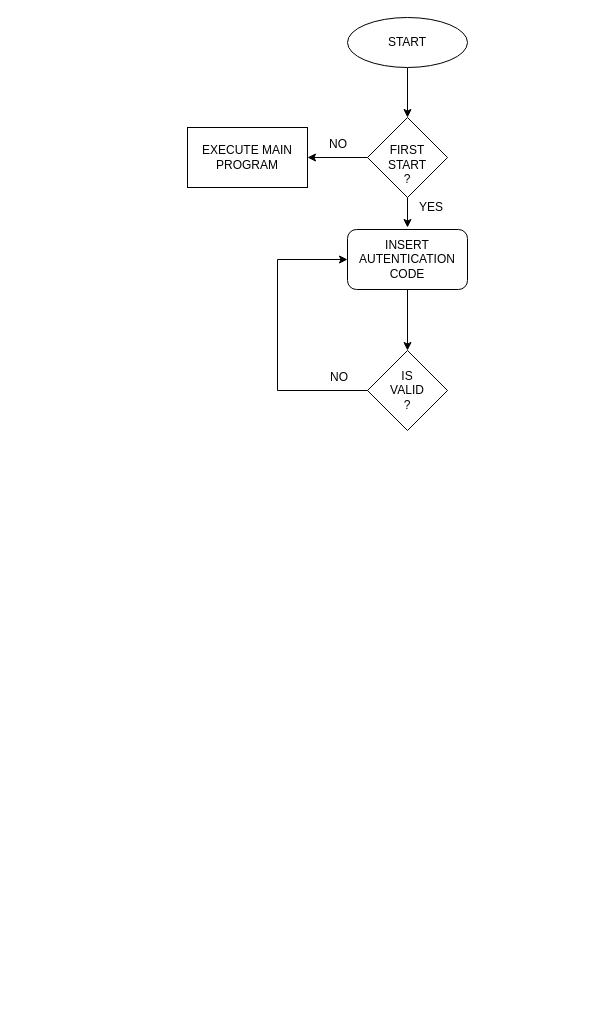
This is ANTIFURTO_MAIN.drawio from antovar70/CiabattaDomotica, a draw.io file, before an edit. Source tidied: cells renumbered, new cells numbered last; positions are measured from the earlier drawing's top-left corner, leaving out a move shared by most shapes. Both pictures are drawn from the tidied source at 100%, with x=0, y=0 at pixel (187, 17).
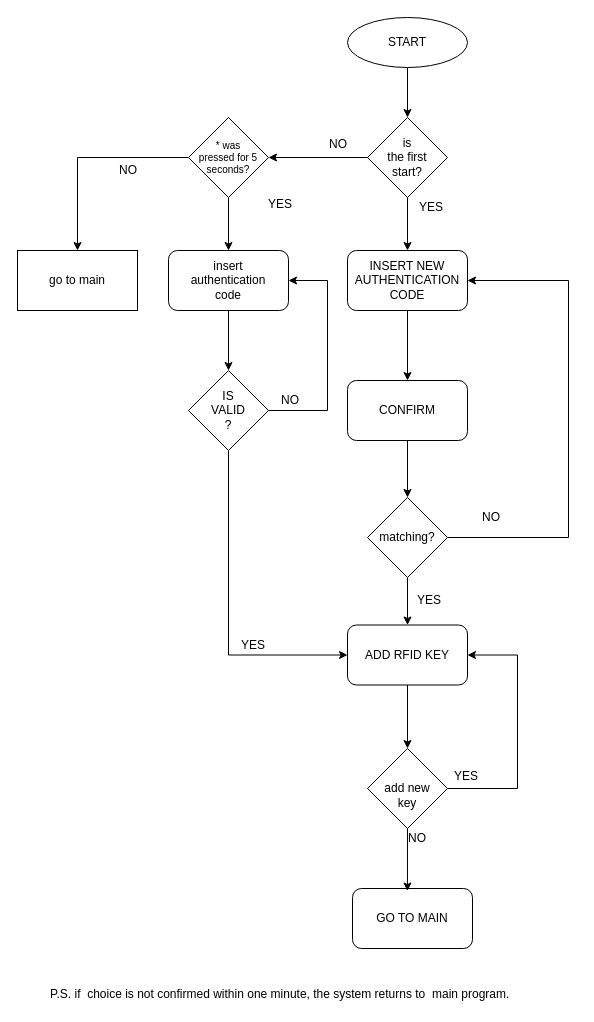
The same page after the edit.

Diff of the diagram source:
```diff
@@
-    <mxCell id="4" style="edgeStyle=orthogonalEdgeStyle;rounded=0;jettySize=auto;html=1;entryX=1;entryY=0.5;entryDx=0;entryDy=0;" parent="1" edge="1" source="6" target="7">
-      <mxGeometry relative="1" as="geometry" />
-    </mxCell>
-    <mxCell id="5" style="edgeStyle=orthogonalEdgeStyle;rounded=0;jettySize=auto;html=1;exitX=0.5;exitY=1;exitDx=0;exitDy=0;" parent="1" edge="1" source="6">
-      <mxGeometry relative="1" as="geometry">
-        <mxPoint x="220" y="210" as="targetPoint" />
-      </mxGeometry>
+    <mxCell id="5" style="edgeStyle=orthogonalEdgeStyle;rounded=0;jettySize=auto;html=1;exitX=0.5;exitY=1;exitDx=0;exitDy=0;entryX=0.5;entryY=0;entryDx=0;entryDy=0;" parent="1" edge="1" source="6" target="10">
+      <mxGeometry relative="1" as="geometry" />
     </mxCell>
+    <mxCell id="15" style="edgeStyle=orthogonalEdgeStyle;rounded=0;jettySize=auto;html=1;entryX=1;entryY=0.5;entryDx=0;entryDy=0;" parent="1" edge="1" source="6" target="25">
+      <mxGeometry relative="1" as="geometry" />
+    </mxCell>
-    <mxCell id="6" value="&lt;div&gt;&lt;br&gt;&lt;/div&gt;&lt;div&gt;FIRST&lt;/div&gt;&lt;div&gt;START&lt;br&gt;&lt;/div&gt;?" style="rhombus;whiteSpace=wrap;html=1;" parent="1" vertex="1">
+    <mxCell id="6" value="&lt;div&gt;is &lt;br&gt;&lt;/div&gt;&lt;div&gt;the first &lt;br&gt;&lt;/div&gt;&lt;div&gt;start?&lt;/div&gt;" style="rhombus;whiteSpace=wrap;html=1;" parent="1" vertex="1">
       <mxGeometry x="180" y="100" width="80" height="80" as="geometry" />
     </mxCell>
-    <mxCell id="7" value="&lt;div&gt;EXECUTE MAIN&lt;/div&gt;&lt;div&gt; PROGRAM&lt;/div&gt;" style="rounded=0;whiteSpace=wrap;html=1;" parent="1" vertex="1">
-      <mxGeometry y="110" width="120" height="60" as="geometry" />
+    <mxCell id="7" value="go to main" style="rounded=0;whiteSpace=wrap;html=1;" parent="1" vertex="1">
+      <mxGeometry x="-170" y="233" width="120" height="60" as="geometry" />
     </mxCell>
@@
-    <mxCell id="9" style="edgeStyle=orthogonalEdgeStyle;rounded=0;jettySize=auto;html=1;entryX=0.5;entryY=0;entryDx=0;entryDy=0;" parent="1" edge="1" source="10" target="13">
+    <mxCell id="9" style="edgeStyle=orthogonalEdgeStyle;rounded=0;jettySize=auto;html=1;entryX=0.5;entryY=0;entryDx=0;entryDy=0;" parent="1" edge="1" source="10" target="22">
       <mxGeometry relative="1" as="geometry" />
     </mxCell>
-    <mxCell id="10" value="&lt;div&gt;INSERT AUTENTICATION&lt;/div&gt;&lt;div&gt;CODE&lt;/div&gt;" style="rounded=1;whiteSpace=wrap;html=1;" parent="1" vertex="1">
-      <mxGeometry x="160" y="212" width="120" height="60" as="geometry" />
+    <mxCell id="10" value="&lt;div&gt;INSERT NEW&lt;/div&gt;&lt;div&gt;AUTHENTICATION&lt;/div&gt;&lt;div&gt;CODE&lt;/div&gt;" style="rounded=1;whiteSpace=wrap;html=1;" parent="1" vertex="1">
+      <mxGeometry x="160" y="233" width="120" height="60" as="geometry" />
     </mxCell>
@@
-    <mxCell id="12" style="edgeStyle=orthogonalEdgeStyle;rounded=0;jettySize=auto;html=1;entryX=0;entryY=0.5;entryDx=0;entryDy=0;" parent="1" edge="1" source="13" target="10">
-      <mxGeometry relative="1" as="geometry">
-        <Array as="points">
-          <mxPoint x="90" y="373" />
-          <mxPoint x="90" y="242" />
-        </Array>
-      </mxGeometry>
-    </mxCell>
+    <mxCell id="16" style="edgeStyle=orthogonalEdgeStyle;rounded=0;jettySize=auto;html=1;exitX=1;exitY=0.5;exitDx=0;exitDy=0;entryX=1;entryY=0.5;entryDx=0;entryDy=0;" parent="1" edge="1" source="13" target="29">
+      <mxGeometry relative="1" as="geometry">
+        <Array as="points">
+          <mxPoint x="140" y="393" />
+          <mxPoint x="140" y="263" />
+        </Array>
+      </mxGeometry>
+    </mxCell>
+    <mxCell id="17" style="edgeStyle=orthogonalEdgeStyle;rounded=0;jettySize=auto;html=1;entryX=0;entryY=0.5;entryDx=0;entryDy=0;" parent="1" edge="1" source="13" target="19">
+      <mxGeometry relative="1" as="geometry">
+        <Array as="points">
+          <mxPoint x="41" y="638" />
+        </Array>
+      </mxGeometry>
+    </mxCell>
     <mxCell id="13" value="&lt;div&gt;IS &lt;br&gt;&lt;/div&gt;&lt;div&gt;VALID&lt;br&gt;&lt;/div&gt;?" style="rhombus;whiteSpace=wrap;html=1;" parent="1" vertex="1">
-      <mxGeometry x="180" y="333" width="80" height="80" as="geometry" />
+      <mxGeometry x="1" y="353" width="80" height="80" as="geometry" />
     </mxCell>
     <mxCell id="14" value="NO" style="text;html=1;align=left;verticalAlign=top;spacingTop=-4;" parent="1" vertex="1">
-      <mxGeometry x="141" y="350" width="30" height="20" as="geometry" />
+      <mxGeometry x="92" y="373" width="30" height="20" as="geometry" />
     </mxCell>
+    <mxCell id="18" style="edgeStyle=orthogonalEdgeStyle;rounded=0;jettySize=auto;html=1;entryX=0.5;entryY=0;entryDx=0;entryDy=0;" parent="1" edge="1" source="19" target="33">
+      <mxGeometry relative="1" as="geometry" />
+    </mxCell>
+    <mxCell id="19" value="ADD RFID KEY" style="rounded=1;whiteSpace=wrap;html=1;" parent="1" vertex="1">
+      <mxGeometry x="160" y="607.5" width="120" height="60" as="geometry" />
+    </mxCell>
+    <mxCell id="20" value="GO TO MAIN " style="rounded=1;whiteSpace=wrap;html=1;" parent="1" vertex="1">
+      <mxGeometry x="165" y="871" width="120" height="60" as="geometry" />
+    </mxCell>
+    <mxCell id="21" style="edgeStyle=orthogonalEdgeStyle;rounded=0;jettySize=auto;html=1;exitX=0.5;exitY=1;exitDx=0;exitDy=0;entryX=0.5;entryY=0;entryDx=0;entryDy=0;" parent="1" edge="1" source="22" target="39">
+      <mxGeometry relative="1" as="geometry" />
+    </mxCell>
+    <mxCell id="22" value="CONFIRM" style="rounded=1;whiteSpace=wrap;html=1;" parent="1" vertex="1">
+      <mxGeometry x="160" y="363" width="120" height="60" as="geometry" />
+    </mxCell>
+    <mxCell id="23" style="edgeStyle=orthogonalEdgeStyle;rounded=0;jettySize=auto;html=1;entryX=0.5;entryY=0;entryDx=0;entryDy=0;" parent="1" edge="1" source="25" target="7">
+      <mxGeometry relative="1" as="geometry" />
+    </mxCell>
+    <mxCell id="24" style="edgeStyle=orthogonalEdgeStyle;rounded=0;jettySize=auto;html=1;entryX=0.5;entryY=0;entryDx=0;entryDy=0;" parent="1" edge="1" source="25" target="29">
+      <mxGeometry relative="1" as="geometry" />
+    </mxCell>
+    <mxCell id="25" value="&lt;div style=&quot;font-size: 10px&quot;&gt;&lt;font style=&quot;font-size: 10px&quot;&gt;* was &lt;br&gt;&lt;/font&gt;&lt;/div&gt;&lt;div style=&quot;font-size: 10px&quot;&gt;&lt;font style=&quot;font-size: 10px&quot;&gt;pressed for 5 seconds?&lt;/font&gt;&lt;/div&gt;" style="rhombus;whiteSpace=wrap;html=1;" parent="1" vertex="1">
+      <mxGeometry x="1" y="100" width="80" height="80" as="geometry" />
+    </mxCell>
+    <mxCell id="26" value="NO" style="text;html=1;align=left;verticalAlign=top;spacingTop=-4;" parent="1" vertex="1">
+      <mxGeometry x="-70" y="143" width="30" height="20" as="geometry" />
+    </mxCell>
+    <mxCell id="27" value="YES" style="text;html=1;align=left;verticalAlign=top;spacingTop=-4;" parent="1" vertex="1">
+      <mxGeometry x="79" y="177" width="40" height="20" as="geometry" />
+    </mxCell>
+    <mxCell id="28" style="edgeStyle=orthogonalEdgeStyle;rounded=0;jettySize=auto;html=1;entryX=0.5;entryY=0;entryDx=0;entryDy=0;" parent="1" edge="1" source="29" target="13">
+      <mxGeometry relative="1" as="geometry" />
+    </mxCell>
+    <mxCell id="29" value="&lt;div&gt;insert &lt;br&gt;&lt;/div&gt;&lt;div&gt;authentication&lt;/div&gt;&lt;div&gt;code&lt;/div&gt;" style="rounded=1;whiteSpace=wrap;html=1;" parent="1" vertex="1">
+      <mxGeometry x="-19" y="233" width="120" height="60" as="geometry" />
+    </mxCell>
+    <mxCell id="30" value="YES" style="text;html=1;align=left;verticalAlign=top;spacingTop=-4;" parent="1" vertex="1">
+      <mxGeometry x="52" y="617.5" width="40" height="20" as="geometry" />
+    </mxCell>
+    <mxCell id="31" style="edgeStyle=orthogonalEdgeStyle;rounded=0;jettySize=auto;html=1;entryX=0.458;entryY=0.042;entryDx=0;entryDy=0;entryPerimeter=0;" parent="1" edge="1" source="33" target="20">
+      <mxGeometry relative="1" as="geometry" />
+    </mxCell>
+    <mxCell id="32" style="edgeStyle=orthogonalEdgeStyle;rounded=0;jettySize=auto;html=1;entryX=1;entryY=0.5;entryDx=0;entryDy=0;" parent="1" edge="1" source="33" target="19">
+      <mxGeometry relative="1" as="geometry">
+        <Array as="points">
+          <mxPoint x="330" y="771" />
+          <mxPoint x="330" y="638" />
+        </Array>
+      </mxGeometry>
+    </mxCell>
+    <mxCell id="33" value="&lt;div&gt;&lt;br&gt;&lt;/div&gt;&lt;div&gt;add new&lt;/div&gt;&lt;div&gt;key&lt;br&gt;&lt;/div&gt;" style="rhombus;whiteSpace=wrap;html=1;" parent="1" vertex="1">
+      <mxGeometry x="180" y="731" width="80" height="80" as="geometry" />
+    </mxCell>
+    <mxCell id="34" value="YES" style="text;html=1;align=left;verticalAlign=top;spacingTop=-4;" parent="1" vertex="1">
+      <mxGeometry x="265" y="748.5" width="40" height="20" as="geometry" />
+    </mxCell>
+    <mxCell id="35" value="NO" style="text;html=1;align=left;verticalAlign=top;spacingTop=-4;" parent="1" vertex="1">
+      <mxGeometry x="219" y="811" width="30" height="20" as="geometry" />
+    </mxCell>
+    <mxCell id="36" value="P.S. if&amp;nbsp; choice is not confirmed within one minute, the system returns to&amp;nbsp; main program." style="text;html=1;align=left;verticalAlign=top;spacingTop=-4;" parent="1" vertex="1">
+      <mxGeometry x="-139" y="967" width="490" height="20" as="geometry" />
+    </mxCell>
+    <mxCell id="37" style="edgeStyle=orthogonalEdgeStyle;rounded=0;jettySize=auto;html=1;exitX=1;exitY=0.5;exitDx=0;exitDy=0;entryX=1;entryY=0.5;entryDx=0;entryDy=0;" parent="1" edge="1" source="39" target="10">
+      <mxGeometry relative="1" as="geometry">
+        <Array as="points">
+          <mxPoint x="381" y="520" />
+          <mxPoint x="381" y="263" />
+        </Array>
+      </mxGeometry>
+    </mxCell>
+    <mxCell id="38" style="edgeStyle=orthogonalEdgeStyle;rounded=0;jettySize=auto;html=1;exitX=0.5;exitY=1;exitDx=0;exitDy=0;entryX=0.5;entryY=0;entryDx=0;entryDy=0;" parent="1" edge="1" source="39" target="19">
+      <mxGeometry relative="1" as="geometry" />
+    </mxCell>
+    <mxCell id="39" value="matching?" style="rhombus;whiteSpace=wrap;html=1;" parent="1" vertex="1">
+      <mxGeometry x="180" y="480" width="80" height="80" as="geometry" />
+    </mxCell>
+    <mxCell id="40" value="NO" style="text;html=1;align=left;verticalAlign=top;spacingTop=-4;" parent="1" vertex="1">
+      <mxGeometry x="293" y="490" width="30" height="20" as="geometry" />
+    </mxCell>
+    <mxCell id="41" value="YES" style="text;html=1;align=left;verticalAlign=top;spacingTop=-4;" parent="1" vertex="1">
+      <mxGeometry x="228" y="573" width="40" height="20" as="geometry" />
+    </mxCell>
```
